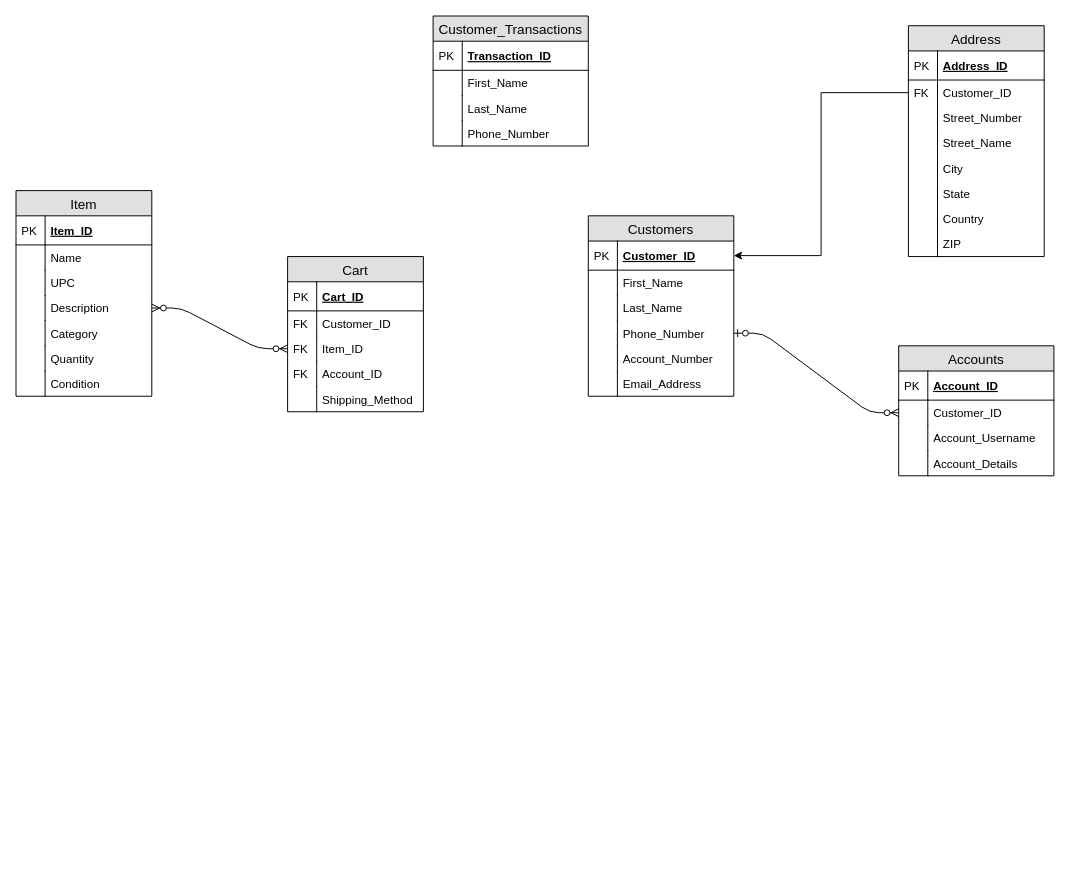
Above: ECommerceSite.drawio in kkuop/Database (draw.io), before the change. Source tidied: cells renumbered, new cells numbered last; positions are measured from the earlier drawing's top-left corner, leaving out a move shared by most shapes. Both pictures are drawn from the tidied source at 97%, with x=0, y=0 at pixel (16, 16).
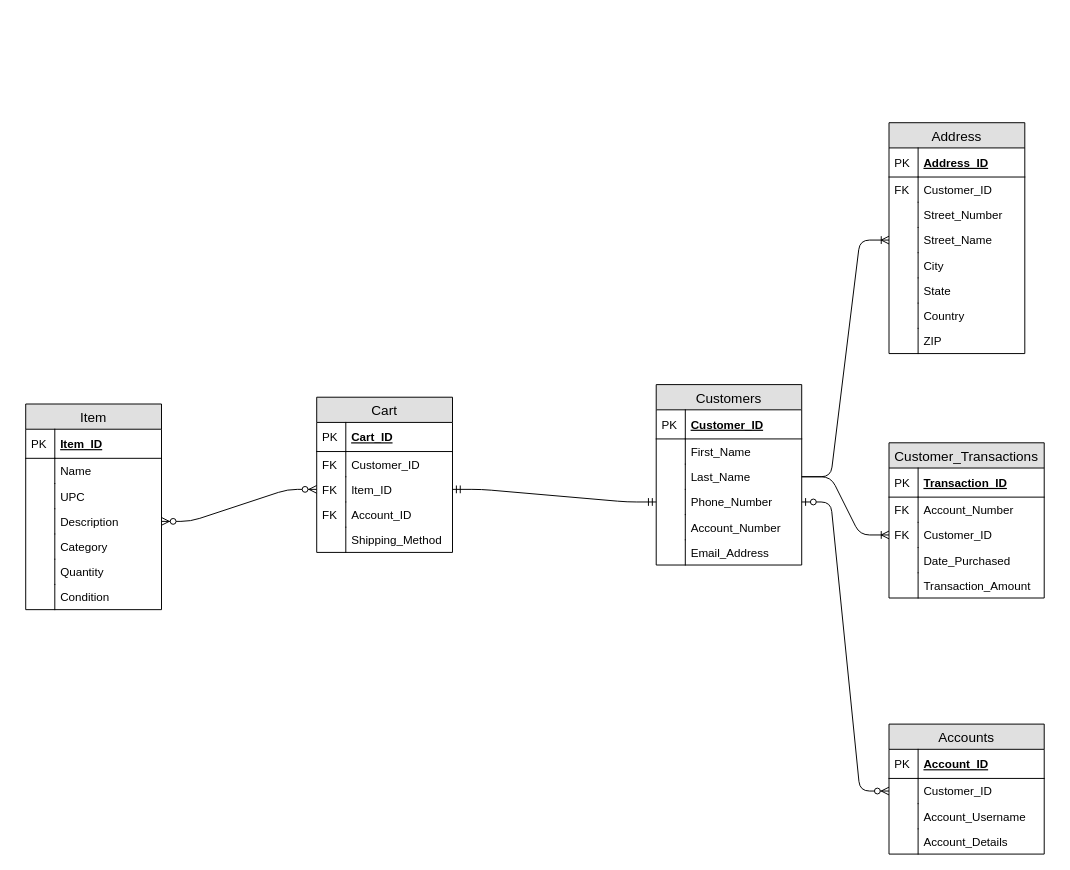
Above is the later version.

Unchanged cells that the change refers to:
```xml
<mxCell id="3" value="Customer_ID" style="shape=partialRectangle;top=0;left=0;right=0;bottom=1;align=left;verticalAlign=middle;fillColor=none;spacingLeft=34;spacingRight=4;overflow=hidden;points=[[0,0.5],[1,0.5]];portConstraint=eastwest;fontStyle=5;fontSize=12;" parent="2" vertex="1">
  <mxGeometry y="26" width="150" height="30" as="geometry" />
</mxCell>
<mxCell id="7" value="Last_Name" style="shape=partialRectangle;top=0;left=0;right=0;bottom=0;align=left;verticalAlign=top;fillColor=none;spacingLeft=34;spacingRight=4;overflow=hidden;points=[[0,0.5],[1,0.5]];portConstraint=eastwest;fontSize=12;" parent="2" vertex="1">
  <mxGeometry y="82" width="150" height="26" as="geometry" />
</mxCell>
<mxCell id="9" value="Phone_Number" style="shape=partialRectangle;top=0;left=0;right=0;bottom=0;align=left;verticalAlign=top;fillColor=none;spacingLeft=34;spacingRight=4;overflow=hidden;points=[[0,0.5],[1,0.5]];portConstraint=eastwest;fontSize=12;" parent="2" vertex="1">
  <mxGeometry y="108" width="150" height="26" as="geometry" />
</mxCell>
<mxCell id="20" value="Item_ID" style="shape=partialRectangle;top=0;left=0;right=0;bottom=0;align=left;verticalAlign=top;fillColor=none;spacingLeft=34;spacingRight=4;overflow=hidden;points=[[0,0.5],[1,0.5]];portConstraint=eastwest;fontSize=12;" parent="15" vertex="1">
  <mxGeometry y="82" width="140" height="26" as="geometry" />
</mxCell>
<mxCell id="44" value="Customer_ID" style="shape=partialRectangle;top=0;left=0;right=0;bottom=0;align=left;verticalAlign=top;fillColor=none;spacingLeft=34;spacingRight=4;overflow=hidden;points=[[0,0.5],[1,0.5]];portConstraint=eastwest;fontSize=12;" parent="41" vertex="1">
  <mxGeometry y="56" width="140" height="26" as="geometry" />
</mxCell>
<mxCell id="48" value="Street_Name" style="shape=partialRectangle;top=0;left=0;right=0;bottom=0;align=left;verticalAlign=top;fillColor=none;spacingLeft=34;spacingRight=4;overflow=hidden;points=[[0,0.5],[1,0.5]];portConstraint=eastwest;fontSize=12;" parent="41" vertex="1">
  <mxGeometry y="108" width="140" height="26" as="geometry" />
</mxCell>
```

Change to the diagram source:
```diff
@@
     <mxCell id="2" value="Customers" style="swimlane;fontStyle=0;horizontal=1;startSize=26;fillColor=#e0e0e0;swimlaneFillColor=#ffffff;align=center;fontSize=14;" parent="1" vertex="1">
-      <mxGeometry x="590" y="206" width="150" height="186" as="geometry" />
+      <mxGeometry x="660" y="380" width="150" height="186" as="geometry" />
     </mxCell>
@@
     <mxCell id="15" value="Cart" style="swimlane;fontStyle=0;horizontal=1;startSize=26;fillColor=#e0e0e0;swimlaneFillColor=#ffffff;align=center;fontSize=14;" parent="1" vertex="1">
-      <mxGeometry x="280" y="248" width="140" height="160" as="geometry" />
+      <mxGeometry x="310" y="393" width="140" height="160" as="geometry" />
     </mxCell>
@@
     <mxCell id="26" value="Item" style="swimlane;fontStyle=0;horizontal=1;startSize=26;fillColor=#e0e0e0;swimlaneFillColor=#ffffff;align=center;fontSize=14;" parent="1" vertex="1">
-      <mxGeometry y="180" width="140" height="212" as="geometry" />
+      <mxGeometry x="10" y="400" width="140" height="212" as="geometry" />
     </mxCell>
@@
     <mxCell id="41" value="Address" style="swimlane;fontStyle=0;horizontal=1;startSize=26;fillColor=#e0e0e0;swimlaneFillColor=#ffffff;align=center;fontSize=14;" parent="1" vertex="1">
-      <mxGeometry x="920" y="10" width="140" height="238" as="geometry" />
+      <mxGeometry x="900" y="110" width="140" height="238" as="geometry" />
     </mxCell>
@@
-    <mxCell id="58" style="edgeStyle=orthogonalEdgeStyle;rounded=0;jettySize=auto;html=1;" parent="1" edge="1" source="44" target="3">
-      <mxGeometry relative="1" as="geometry" />
-    </mxCell>
     <mxCell id="59" value="Customer_Transactions" style="swimlane;fontStyle=0;horizontal=1;startSize=26;fillColor=#e0e0e0;swimlaneFillColor=#ffffff;align=center;fontSize=14;" parent="1" vertex="1">
-      <mxGeometry x="430" width="160" height="134" as="geometry" />
+      <mxGeometry x="900" y="440" width="160" height="160" as="geometry" />
     </mxCell>
@@
-    <mxCell id="62" value="First_Name" style="shape=partialRectangle;top=0;left=0;right=0;bottom=0;align=left;verticalAlign=top;fillColor=none;spacingLeft=34;spacingRight=4;overflow=hidden;fontSize=12;" parent="59" vertex="1">
+    <mxCell id="62" value="Account_Number" style="shape=partialRectangle;top=0;left=0;right=0;bottom=0;align=left;verticalAlign=top;fillColor=none;spacingLeft=34;spacingRight=4;overflow=hidden;fontSize=12;" parent="59" vertex="1">
       <mxGeometry y="56" width="160" height="26" as="geometry" />
     </mxCell>
-    <mxCell id="63" style="shape=partialRectangle;top=0;left=0;bottom=0;fillColor=none;align=left;verticalAlign=top;spacingLeft=4;spacingRight=4;overflow=hidden;fontSize=12;" parent="62" vertex="1">
+    <mxCell id="63" value="FK" style="shape=partialRectangle;top=0;left=0;bottom=0;fillColor=none;align=left;verticalAlign=top;spacingLeft=4;spacingRight=4;overflow=hidden;fontSize=12;" parent="62" vertex="1">
       <mxGeometry width="30" height="26" as="geometry" />
     </mxCell>
+    <mxCell id="79" value="Customer_ID" style="shape=partialRectangle;top=0;left=0;right=0;bottom=0;align=left;verticalAlign=top;fillColor=none;spacingLeft=34;spacingRight=4;overflow=hidden;points=[[0,0.5],[1,0.5]];portConstraint=eastwest;fontSize=12;" parent="59" vertex="1">
+      <mxGeometry y="82" width="160" height="26" as="geometry" />
+    </mxCell>
+    <mxCell id="80" value="FK" style="shape=partialRectangle;top=0;left=0;bottom=0;fillColor=none;align=left;verticalAlign=top;spacingLeft=4;spacingRight=4;overflow=hidden;fontSize=12;" parent="79" vertex="1">
+      <mxGeometry width="30" height="26" as="geometry" />
+    </mxCell>
-    <mxCell id="64" value="Last_Name" style="shape=partialRectangle;top=0;left=0;right=0;bottom=0;align=left;verticalAlign=top;fillColor=none;spacingLeft=34;spacingRight=4;overflow=hidden;fontSize=12;" parent="59" vertex="1">
-      <mxGeometry y="82" width="160" height="26" as="geometry" />
+    <mxCell id="64" value="Date_Purchased" style="shape=partialRectangle;top=0;left=0;right=0;bottom=0;align=left;verticalAlign=top;fillColor=none;spacingLeft=34;spacingRight=4;overflow=hidden;fontSize=12;" parent="59" vertex="1">
+      <mxGeometry y="108" width="160" height="26" as="geometry" />
     </mxCell>
@@
-    <mxCell id="66" value="Phone_Number" style="shape=partialRectangle;top=0;left=0;right=0;bottom=0;align=left;verticalAlign=top;fillColor=none;spacingLeft=34;spacingRight=4;overflow=hidden;fontSize=12;" parent="59" vertex="1">
-      <mxGeometry y="108" width="160" height="26" as="geometry" />
+    <mxCell id="66" value="Transaction_Amount" style="shape=partialRectangle;top=0;left=0;right=0;bottom=0;align=left;verticalAlign=top;fillColor=none;spacingLeft=34;spacingRight=4;overflow=hidden;fontSize=12;" parent="59" vertex="1">
+      <mxGeometry y="134" width="160" height="26" as="geometry" />
     </mxCell>
@@
     <mxCell id="69" value="Accounts" style="swimlane;fontStyle=0;horizontal=1;startSize=26;fillColor=#e0e0e0;swimlaneFillColor=#ffffff;align=center;fontSize=14;" parent="1" vertex="1">
-      <mxGeometry x="910" y="340" width="160" height="134" as="geometry" />
+      <mxGeometry x="900" y="730" width="160" height="134" as="geometry" />
     </mxCell>
@@
+    <mxCell id="81" style="edgeStyle=entityRelationEdgeStyle;fontSize=12;html=1;endArrow=ERmandOne;startArrow=ERmandOne;entryX=0;entryY=0.5;entryDx=0;entryDy=0;exitX=1;exitY=0.5;exitDx=0;exitDy=0;" parent="1" edge="1" source="20" target="9">
+      <mxGeometry relative="1" as="geometry" />
+    </mxCell>
+    <mxCell id="82" style="edgeStyle=entityRelationEdgeStyle;fontSize=12;html=1;endArrow=ERoneToMany;exitX=1;exitY=0.5;exitDx=0;exitDy=0;entryX=0;entryY=0.5;entryDx=0;entryDy=0;" parent="1" edge="1" source="7" target="48">
+      <mxGeometry relative="1" as="geometry" />
+    </mxCell>
+    <mxCell id="83" style="edgeStyle=entityRelationEdgeStyle;fontSize=12;html=1;endArrow=ERoneToMany;exitX=1;exitY=0.5;exitDx=0;exitDy=0;entryX=0;entryY=0.5;entryDx=0;entryDy=0;" parent="1" edge="1" source="7" target="79">
+      <mxGeometry relative="1" as="geometry" />
+    </mxCell>
```
